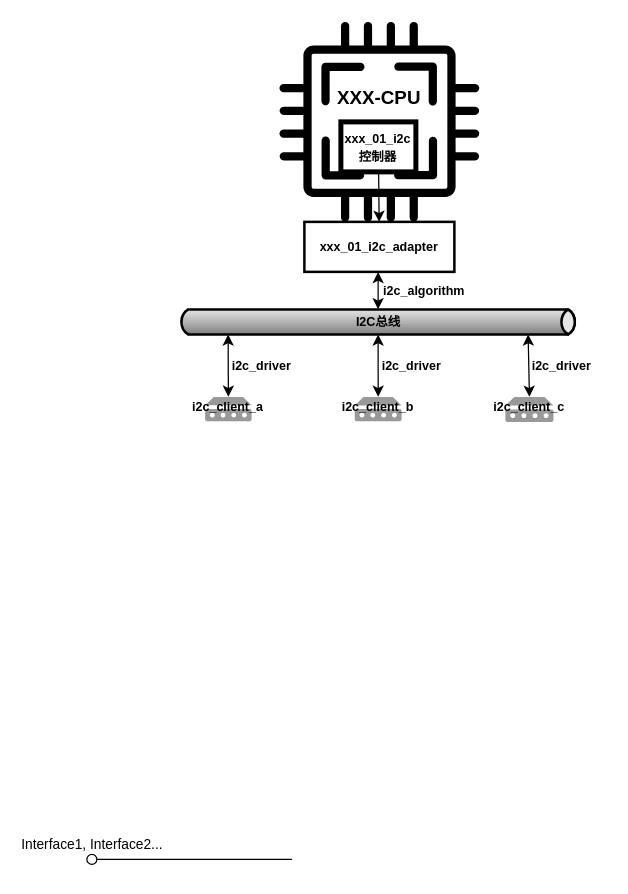
zjn-astonishe/Linux_Share keeps this draw.io diagram as Image/image/Linux设备驱动开发详解/画图.drawio. Above is the earlier version. Source tidied: cells renumbered, new cells numbered last; positions are measured from the earlier drawing's top-left corner, leaving out a move shared by most shapes. Both pictures are drawn from the tidied source at 125%, with x=0, y=0 at pixel (91, 21).
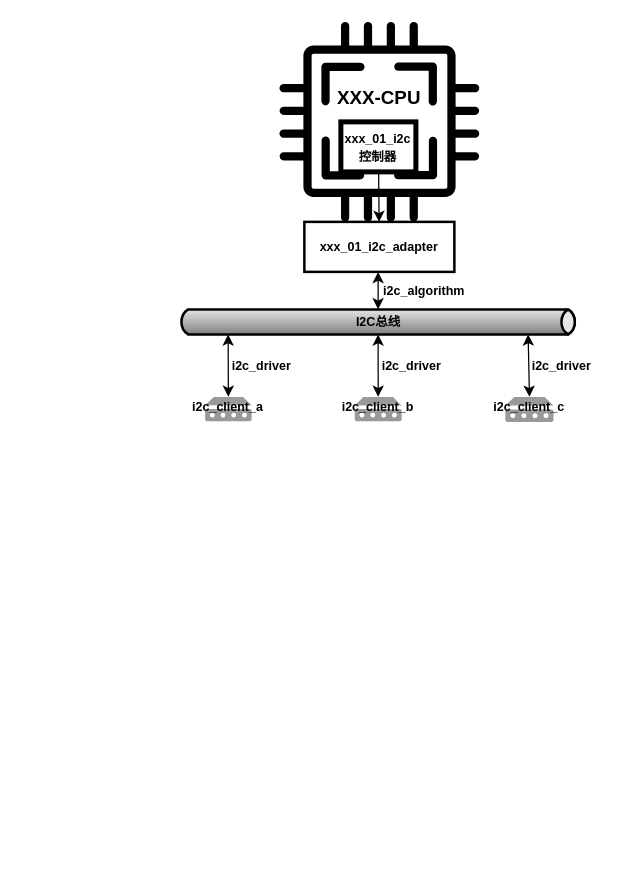
After the change.

Diff of the diagram source:
```diff
@@
-    <mxCell id="2" value="Interface1, Interface2..." style="html=1;verticalAlign=bottom;labelBackgroundColor=none;startArrow=oval;startFill=0;startSize=8;endArrow=none;" parent="1" edge="1">
-      <mxGeometry x="-1" y="3" relative="1" as="geometry">
-        <mxPoint y="670" as="sourcePoint" />
-        <mxPoint x="160" y="670" as="targetPoint" />
-      </mxGeometry>
-    </mxCell>
```
